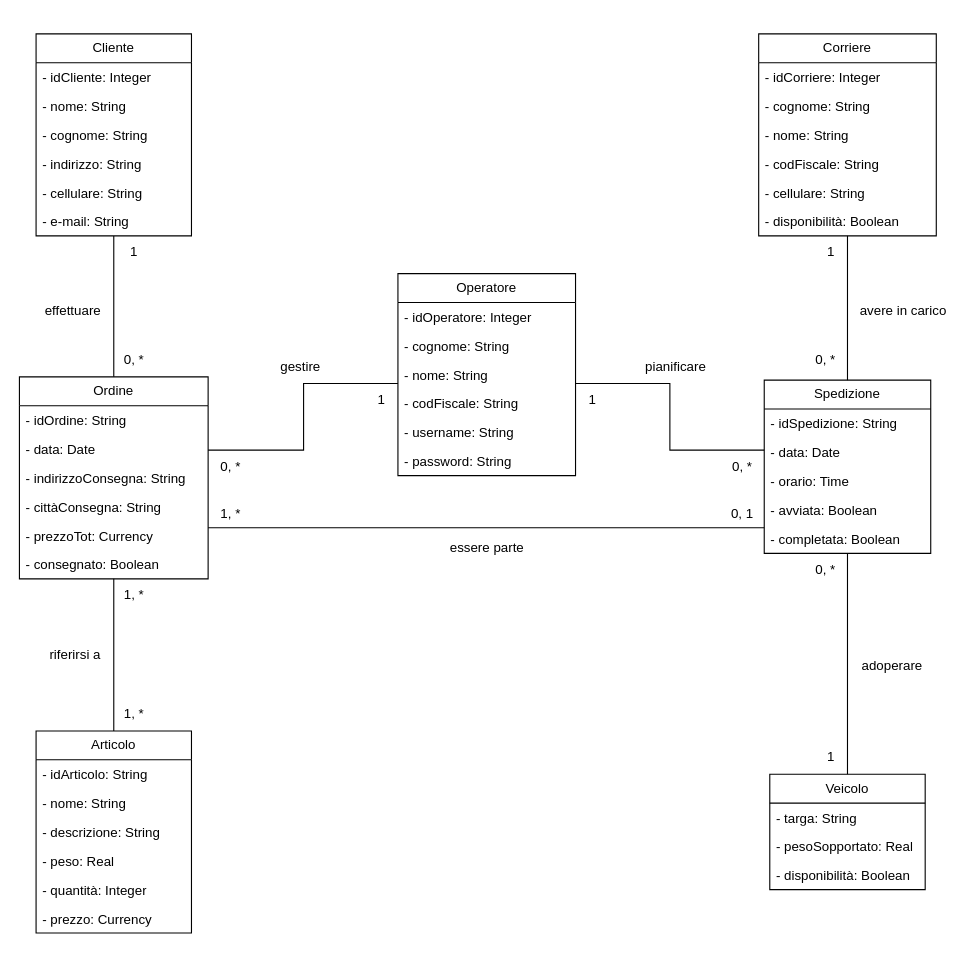
Before: Basi di dati/ClassDiagramRistrutturato.drawio in Gianluca-F/OOBD_Project, a draw.io diagram. Source tidied: cells renumbered, new cells numbered last; positions are measured from the earlier drawing's top-left corner, leaving out a move shared by most shapes. Both pictures are drawn from the tidied source at 111%, with x=0, y=0 at pixel (19, 33).
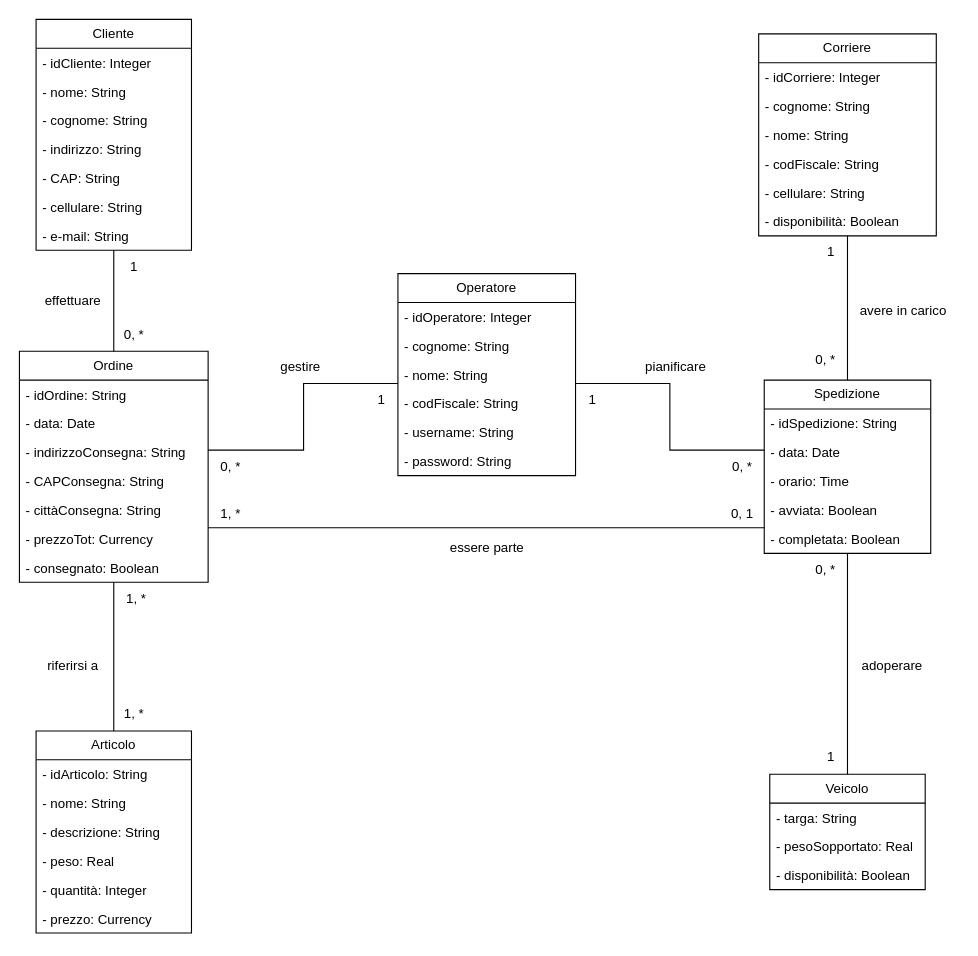
The same diagram, later.

Diff of the diagram source:
```diff
@@
     <mxCell id="11" value="Cliente" style="swimlane;fontStyle=0;horizontal=1;startSize=26;fillColor=none;whiteSpace=wrap;html=1;" parent="1" vertex="1">
-      <mxGeometry x="15" width="140" height="182" as="geometry" />
+      <mxGeometry x="15" y="-13" width="140" height="208" as="geometry" />
     </mxCell>
@@
+    <mxCell id="75" value="- CAP: String" style="text;strokeColor=none;fillColor=none;align=left;verticalAlign=top;spacingLeft=4;spacingRight=4;overflow=hidden;whiteSpace=wrap;html=1;" parent="11" vertex="1">
+      <mxGeometry y="130" width="140" height="26" as="geometry" />
+    </mxCell>
     <mxCell id="16" value="- cellulare: String" style="text;strokeColor=none;fillColor=none;align=left;verticalAlign=top;spacingLeft=4;spacingRight=4;overflow=hidden;whiteSpace=wrap;html=1;" parent="11" vertex="1">
-      <mxGeometry y="130" width="140" height="26" as="geometry" />
+      <mxGeometry y="156" width="140" height="26" as="geometry" />
     </mxCell>
     <mxCell id="17" value="- e-mail: String" style="text;strokeColor=none;fillColor=none;align=left;verticalAlign=top;spacingLeft=4;spacingRight=4;overflow=hidden;whiteSpace=wrap;html=1;" parent="11" vertex="1">
-      <mxGeometry y="156" width="140" height="26" as="geometry" />
+      <mxGeometry y="182" width="140" height="26" as="geometry" />
     </mxCell>
     <mxCell id="18" value="Ordine" style="swimlane;fontStyle=0;horizontal=1;startSize=26;fillColor=none;whiteSpace=wrap;html=1;" parent="1" vertex="1">
-      <mxGeometry y="309" width="170" height="182" as="geometry" />
+      <mxGeometry y="286" width="170" height="208" as="geometry" />
     </mxCell>
@@
+    <mxCell id="76" value="- CAPConsegna: String" style="text;strokeColor=none;fillColor=none;align=left;verticalAlign=top;spacingLeft=4;spacingRight=4;overflow=hidden;whiteSpace=wrap;html=1;" parent="18" vertex="1">
+      <mxGeometry y="104" width="170" height="26" as="geometry" />
+    </mxCell>
     <mxCell id="22" value="- cittàConsegna: String" style="text;strokeColor=none;fillColor=none;align=left;verticalAlign=top;spacingLeft=4;spacingRight=4;overflow=hidden;whiteSpace=wrap;html=1;" parent="18" vertex="1">
-      <mxGeometry y="104" width="170" height="26" as="geometry" />
+      <mxGeometry y="130" width="170" height="26" as="geometry" />
     </mxCell>
     <mxCell id="23" value="- prezzoTot: Currency" style="text;strokeColor=none;fillColor=none;align=left;verticalAlign=top;spacingLeft=4;spacingRight=4;overflow=hidden;whiteSpace=wrap;html=1;" parent="18" vertex="1">
-      <mxGeometry y="130" width="170" height="26" as="geometry" />
+      <mxGeometry y="156" width="170" height="26" as="geometry" />
     </mxCell>
     <mxCell id="24" value="- consegnato: Boolean" style="text;strokeColor=none;fillColor=none;align=left;verticalAlign=top;spacingLeft=4;spacingRight=4;overflow=hidden;whiteSpace=wrap;html=1;" parent="18" vertex="1">
-      <mxGeometry y="156" width="170" height="26" as="geometry" />
+      <mxGeometry y="182" width="170" height="26" as="geometry" />
     </mxCell>
@@
     <mxCell id="30" value="effettuare" style="text;html=1;align=center;verticalAlign=middle;strokeColor=none;fillColor=none;" parent="1" vertex="1">
-      <mxGeometry x="13" y="235" width="70" height="30" as="geometry" />
+      <mxGeometry x="13" y="226" width="70" height="30" as="geometry" />
     </mxCell>
     <mxCell id="31" value="0, *" style="text;html=1;align=center;verticalAlign=middle;strokeColor=none;fillColor=none;" parent="1" vertex="1">
-      <mxGeometry x="83" y="279" width="40" height="30" as="geometry" />
+      <mxGeometry x="83" y="256" width="40" height="30" as="geometry" />
     </mxCell>
     <mxCell id="32" value="1" style="text;html=1;align=center;verticalAlign=middle;strokeColor=none;fillColor=none;" parent="1" vertex="1">
-      <mxGeometry x="88" y="182" width="30" height="30" as="geometry" />
+      <mxGeometry x="88" y="195" width="30" height="30" as="geometry" />
     </mxCell>
     <mxCell id="33" value="riferirsi a" style="text;html=1;align=center;verticalAlign=middle;strokeColor=none;fillColor=none;" parent="1" vertex="1">
-      <mxGeometry x="15" y="545" width="70" height="30" as="geometry" />
+      <mxGeometry x="13" y="555" width="70" height="30" as="geometry" />
     </mxCell>
@@
     <mxCell id="35" value="1, *" style="text;html=1;align=center;verticalAlign=middle;strokeColor=none;fillColor=none;" parent="1" vertex="1">
-      <mxGeometry x="83" y="491" width="40" height="30" as="geometry" />
+      <mxGeometry x="85" y="494" width="40" height="30" as="geometry" />
     </mxCell>
```
